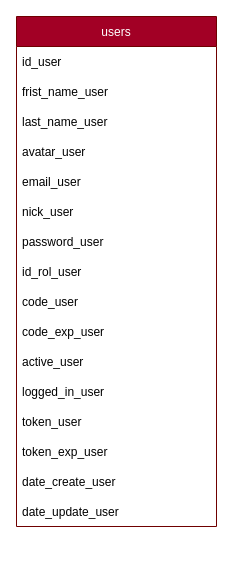
Earlier version of the draw.io diagram page "users" (1 of 6) of data/tablas.drawio (David-Coach-Dev/Api-Deliveries). Source tidied: cells renumbered, new cells numbered last; positions are measured from the earlier drawing's top-left corner, leaving out a move shared by most shapes. Both pictures are drawn from the tidied source at 100%, with x=0, y=0 at pixel (16, 16).
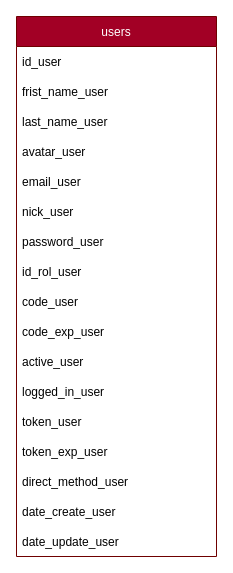
Above is the later version.

What changed in the source:
```diff
@@
 <mxGraphModel>
   <root>
     <mxCell id="0" />
     <mxCell id="1" parent="0" />
     <mxCell id="2" value="users" style="swimlane;fontStyle=0;horizontal=1;startSize=30;fillColor=#a20025;fontColor=#ffffff;strokeColor=#6F0000;" parent="1" vertex="1">
-      <mxGeometry width="200" height="510" as="geometry" />
+      <mxGeometry width="200" height="540" as="geometry" />
     </mxCell>
     <mxCell id="3" value="id_user" style="text;strokeColor=none;fillColor=none;align=left;verticalAlign=middle;spacingLeft=4;spacingRight=4;overflow=hidden;" parent="2" vertex="1">
       <mxGeometry y="30" width="200" height="30" as="geometry" />
     </mxCell>
     <mxCell id="4" value="frist_name_user" style="text;strokeColor=none;fillColor=none;align=left;verticalAlign=middle;spacingLeft=4;spacingRight=4;overflow=hidden;" parent="2" vertex="1">
       <mxGeometry y="60" width="200" height="30" as="geometry" />
     </mxCell>
     <mxCell id="5" value="last_name_user" style="text;strokeColor=none;fillColor=none;align=left;verticalAlign=middle;spacingLeft=4;spacingRight=4;overflow=hidden;" parent="2" vertex="1">
       <mxGeometry y="90" width="200" height="30" as="geometry" />
     </mxCell>
     <mxCell id="6" value="avatar_user" style="text;strokeColor=none;fillColor=none;align=left;verticalAlign=middle;spacingLeft=4;spacingRight=4;overflow=hidden;" parent="2" vertex="1">
       <mxGeometry y="120" width="200" height="30" as="geometry" />
     </mxCell>
     <mxCell id="7" value="email_user" style="text;strokeColor=none;fillColor=none;align=left;verticalAlign=middle;spacingLeft=4;spacingRight=4;overflow=hidden;" parent="2" vertex="1">
       <mxGeometry y="150" width="200" height="30" as="geometry" />
     </mxCell>
     <mxCell id="8" value="nick_user" style="text;strokeColor=none;fillColor=none;align=left;verticalAlign=middle;spacingLeft=4;spacingRight=4;overflow=hidden;" parent="2" vertex="1">
       <mxGeometry y="180" width="200" height="30" as="geometry" />
     </mxCell>
     <mxCell id="9" value="password_user" style="text;strokeColor=none;fillColor=none;align=left;verticalAlign=middle;spacingLeft=4;spacingRight=4;overflow=hidden;" parent="2" vertex="1">
       <mxGeometry y="210" width="200" height="30" as="geometry" />
     </mxCell>
     <mxCell id="10" value="id_rol_user" style="text;strokeColor=none;fillColor=none;align=left;verticalAlign=middle;spacingLeft=4;spacingRight=4;overflow=hidden;" parent="2" vertex="1">
       <mxGeometry y="240" width="200" height="30" as="geometry" />
     </mxCell>
     <mxCell id="11" value="code_user" style="text;strokeColor=none;fillColor=none;align=left;verticalAlign=middle;spacingLeft=4;spacingRight=4;overflow=hidden;" parent="2" vertex="1">
       <mxGeometry y="270" width="200" height="30" as="geometry" />
     </mxCell>
     <mxCell id="12" value="code_exp_user" style="text;strokeColor=none;fillColor=none;align=left;verticalAlign=middle;spacingLeft=4;spacingRight=4;overflow=hidden;" parent="2" vertex="1">
       <mxGeometry y="300" width="200" height="30" as="geometry" />
     </mxCell>
     <mxCell id="13" value="active_user" style="text;strokeColor=none;fillColor=none;align=left;verticalAlign=middle;spacingLeft=4;spacingRight=4;overflow=hidden;" parent="2" vertex="1">
       <mxGeometry y="330" width="200" height="30" as="geometry" />
     </mxCell>
     <mxCell id="14" value="logged_in_user" style="text;strokeColor=none;fillColor=none;align=left;verticalAlign=middle;spacingLeft=4;spacingRight=4;overflow=hidden;" parent="2" vertex="1">
       <mxGeometry y="360" width="200" height="30" as="geometry" />
     </mxCell>
     <mxCell id="15" value="token_user" style="text;strokeColor=none;fillColor=none;align=left;verticalAlign=middle;spacingLeft=4;spacingRight=4;overflow=hidden;" parent="2" vertex="1">
       <mxGeometry y="390" width="200" height="30" as="geometry" />
     </mxCell>
     <mxCell id="16" value="token_exp_user" style="text;strokeColor=none;fillColor=none;align=left;verticalAlign=middle;spacingLeft=4;spacingRight=4;overflow=hidden;" parent="2" vertex="1">
       <mxGeometry y="420" width="200" height="30" as="geometry" />
     </mxCell>
+    <mxCell id="19" value="direct_method_user" style="text;strokeColor=none;fillColor=none;align=left;verticalAlign=middle;spacingLeft=4;spacingRight=4;overflow=hidden;" parent="2" vertex="1">
+      <mxGeometry y="450" width="200" height="30" as="geometry" />
+    </mxCell>
     <mxCell id="17" value="date_create_user" style="text;strokeColor=none;fillColor=none;align=left;verticalAlign=middle;spacingLeft=4;spacingRight=4;overflow=hidden;" parent="2" vertex="1">
-      <mxGeometry y="450" width="200" height="30" as="geometry" />
+      <mxGeometry y="480" width="200" height="30" as="geometry" />
     </mxCell>
     <mxCell id="18" value="date_update_user" style="text;strokeColor=none;fillColor=none;align=left;verticalAlign=middle;spacingLeft=4;spacingRight=4;overflow=hidden;" parent="2" vertex="1">
-      <mxGeometry y="480" width="200" height="30" as="geometry" />
+      <mxGeometry y="510" width="200" height="30" as="geometry" />
     </mxCell>
   </root>
 </mxGraphModel>
```
